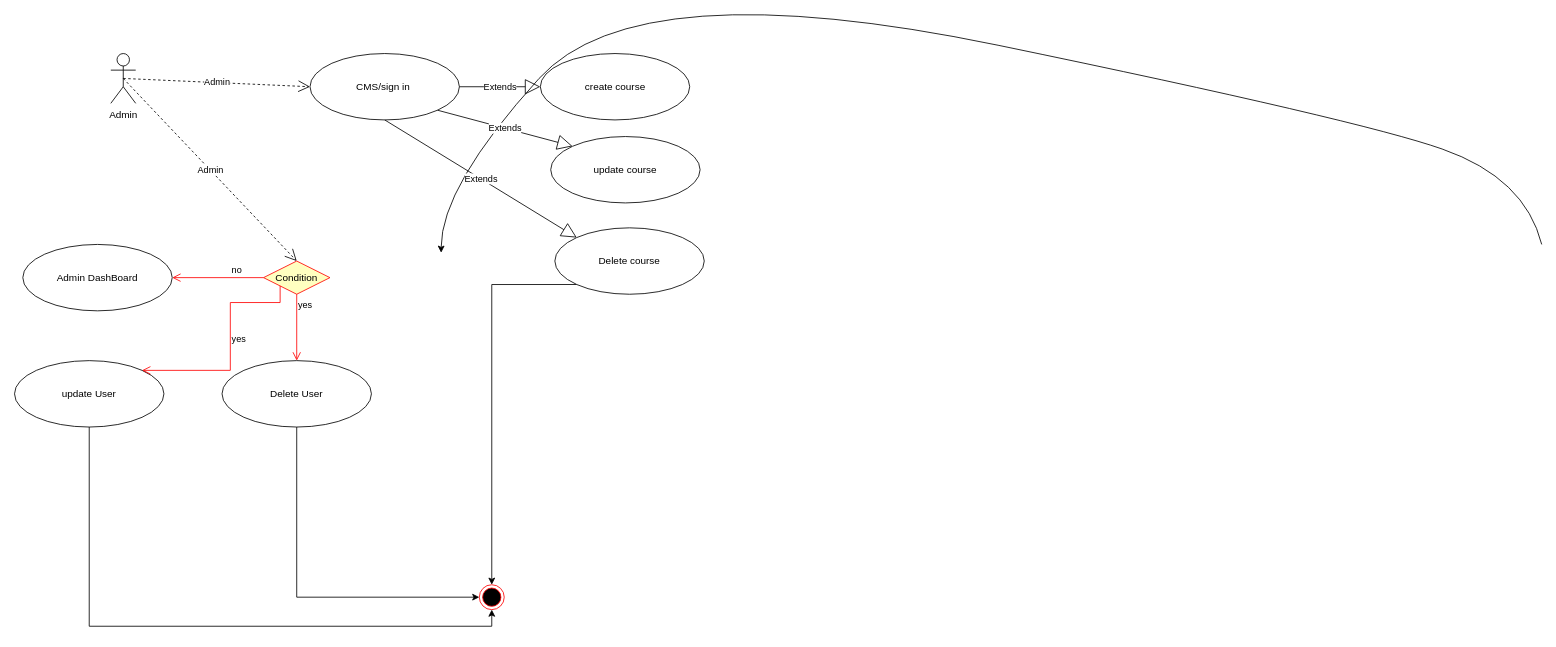
Before: page "UML" (2 of 3) of Untitled Diagram.drawio in omarogaili/Quattrosquad, a draw.io diagram. Source tidied: cells renumbered, new cells numbered last; positions are measured from the earlier drawing's top-left corner, leaving out a move shared by most shapes. Both pictures are drawn from the tidied source at 83%, with x=0, y=0 at pixel (14, -30).
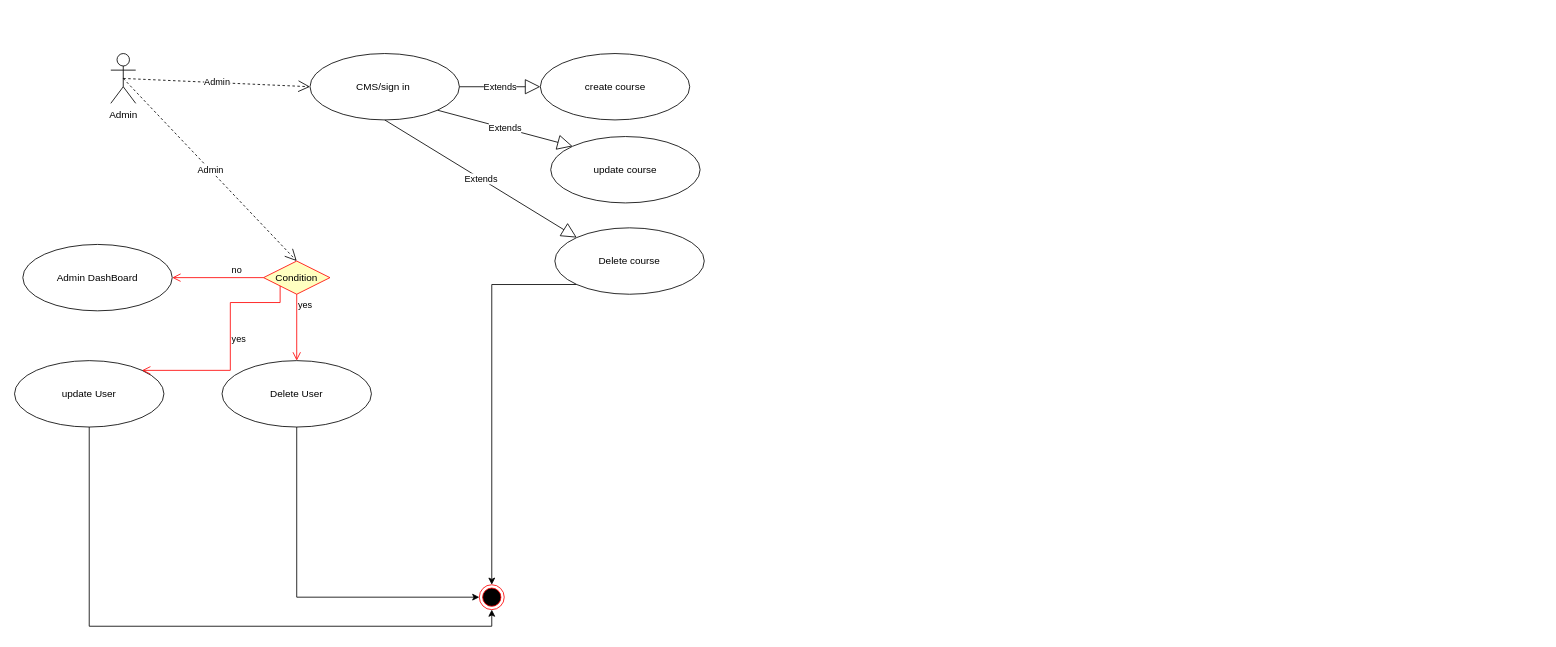
After the change.

Diff of the diagram source:
```diff
@@
-    <mxCell id="2" style="curved=1;endArrow=classic;html=1;rounded=0;entryX=0.25;entryY=0;entryDx=0;entryDy=0;exitX=0.473;exitY=0.006;exitDx=0;exitDy=0;exitPerimeter=0;" parent="1" edge="1">
-      <mxGeometry relative="1" as="geometry">
-        <mxPoint x="1840" y="330" as="sourcePoint" />
-        <mxPoint x="514" y="340" as="targetPoint" />
-        <Array as="points">
-          <mxPoint x="1820" y="250" />
-          <mxPoint x="1620" y="180" />
-          <mxPoint x="750" />
-          <mxPoint x="514" y="260" />
-        </Array>
-      </mxGeometry>
-    </mxCell>
```
